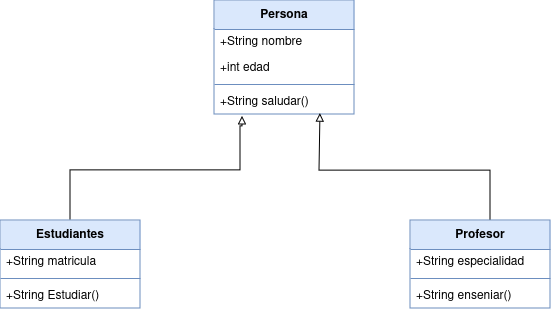
This is gestion-academica/imagenes/Escuela.png from gian700/gestion-academica, a draw.io export, as it was before one commit. Source tidied: cells renumbered, new cells last; positions are measured from the earlier drawing's top-left corner, leaving out a move shared by most shapes.
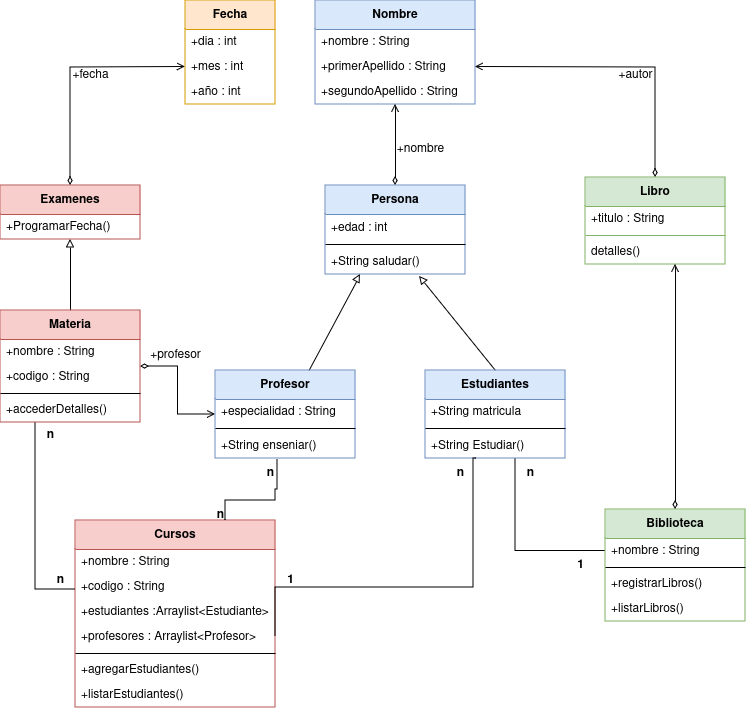
Above is the later version.

Diff of the diagram source:
```diff
@@ -2,61 +2,237 @@
   <root>
     <mxCell id="0" />
     <mxCell id="1" parent="0" />
-    <mxCell id="2" style="rounded=0;jettySize=auto;html=1;entryX=0.5;entryY=0;entryDx=0;entryDy=0;endArrow=none;endFill=0;startArrow=block;startFill=0;exitX=0.2;exitY=1.077;exitDx=0;exitDy=0;exitPerimeter=0;edgeStyle=orthogonalEdgeStyle;" parent="1" edge="1" source="7" target="8">
-      <mxGeometry relative="1" as="geometry">
-        <Array as="points">
-          <mxPoint x="240" y="126" />
-          <mxPoint x="240" y="170" />
-          <mxPoint x="70" y="170" />
-        </Array>
-      </mxGeometry>
+    <mxCell id="2" style="rounded=0;jettySize=auto;html=1;entryX=0.5;entryY=0;entryDx=0;entryDy=0;endArrow=none;endFill=0;startArrow=block;startFill=0;exitX=0.671;exitY=1.077;exitDx=0;exitDy=0;exitPerimeter=0;" parent="1" edge="1" source="7" target="8">
+      <mxGeometry relative="1" as="geometry" />
     </mxCell>
     <mxCell id="3" value="Persona" style="swimlane;fontStyle=1;align=center;verticalAlign=middle;horizontal=1;startSize=29;html=1;whiteSpace=wrap;fillColor=#dae8fc;strokeColor=#6c8ebf;" parent="1" vertex="1">
-      <mxGeometry x="214" width="140" height="114" as="geometry" />
+      <mxGeometry x="170" y="135" width="140" height="89" as="geometry" />
     </mxCell>
-    <mxCell id="4" value="+String nombre" style="text;html=1;strokeColor=none;fillColor=none;align=left;verticalAlign=middle;spacingLeft=4;spacingRight=4;overflow=hidden;whiteSpace=wrap;" parent="3" vertex="1">
-      <mxGeometry y="29" width="140" height="25" as="geometry" />
-    </mxCell>
-    <mxCell id="5" value="+int edad" style="text;strokeColor=none;fillColor=none;align=left;verticalAlign=top;spacingLeft=4;spacingRight=4;overflow=hidden;whiteSpace=wrap;html=1;" parent="3" vertex="1">
-      <mxGeometry y="54" width="140" height="26" as="geometry" />
+    <mxCell id="5" value="+edad : int" style="text;align=left;verticalAlign=top;spacingLeft=4;spacingRight=4;overflow=hidden;whiteSpace=wrap;html=1;" parent="3" vertex="1">
+      <mxGeometry y="29" width="140" height="26" as="geometry" />
     </mxCell>
-    <mxCell id="6" style="line;strokeWidth=1;fillColor=none;align=left;verticalAlign=middle;spacingTop=-1;spacingLeft=3;spacingRight=3;labelPosition=right;strokeColor=inherit;" parent="3" vertex="1">
-      <mxGeometry y="80" width="140" height="8" as="geometry" />
+    <mxCell id="6" style="line;strokeWidth=1;align=left;verticalAlign=middle;spacingTop=-1;spacingLeft=3;spacingRight=3;labelPosition=right;" parent="3" vertex="1">
+      <mxGeometry y="55" width="140" height="8" as="geometry" />
     </mxCell>
-    <mxCell id="7" value="+String saludar()" style="text;strokeColor=none;fillColor=none;align=left;verticalAlign=top;spacingLeft=4;spacingRight=4;overflow=hidden;points=[[0,0.5],[1,0.5]];portConstraint=eastwest;whiteSpace=wrap;html=1;" parent="3" vertex="1">
-      <mxGeometry y="88" width="140" height="26" as="geometry" />
+    <mxCell id="7" value="+String saludar()" style="text;align=left;verticalAlign=top;spacingLeft=4;spacingRight=4;overflow=hidden;points=[[0,0.5],[1,0.5]];portConstraint=eastwest;whiteSpace=wrap;html=1;" parent="3" vertex="1">
+      <mxGeometry y="63" width="140" height="26" as="geometry" />
     </mxCell>
+    <mxCell id="17" style="edgeStyle=orthogonalEdgeStyle;rounded=0;jettySize=auto;html=1;entryX=0;entryY=0.5;entryDx=0;entryDy=0;endArrow=none;endFill=0;" parent="1" edge="1" source="8" target="42">
+      <mxGeometry relative="1" as="geometry">
+        <Array as="points">
+          <mxPoint x="360" y="501" />
+        </Array>
+      </mxGeometry>
+    </mxCell>
     <mxCell id="8" value="Estudiantes" style="swimlane;fontStyle=1;align=center;verticalAlign=middle;horizontal=1;startSize=29;html=1;whiteSpace=wrap;fillColor=#dae8fc;strokeColor=#6c8ebf;" parent="1" vertex="1">
-      <mxGeometry y="220" width="140" height="88" as="geometry" />
+      <mxGeometry x="270" y="320" width="140" height="88" as="geometry" />
     </mxCell>
-    <mxCell id="9" value="+String matricula" style="text;html=1;strokeColor=none;fillColor=none;align=left;verticalAlign=middle;spacingLeft=4;spacingRight=4;overflow=hidden;whiteSpace=wrap;" parent="8" vertex="1">
+    <mxCell id="9" value="+String matricula" style="text;html=1;align=left;verticalAlign=middle;spacingLeft=4;spacingRight=4;overflow=hidden;whiteSpace=wrap;" parent="8" vertex="1">
       <mxGeometry y="29" width="140" height="25" as="geometry" />
     </mxCell>
-    <mxCell id="10" style="line;strokeWidth=1;fillColor=none;align=left;verticalAlign=middle;spacingTop=-1;spacingLeft=3;spacingRight=3;labelPosition=right;strokeColor=inherit;" parent="8" vertex="1">
+    <mxCell id="10" style="line;strokeWidth=1;align=left;verticalAlign=middle;spacingTop=-1;spacingLeft=3;spacingRight=3;labelPosition=right;" parent="8" vertex="1">
       <mxGeometry y="54" width="140" height="8" as="geometry" />
     </mxCell>
-    <mxCell id="11" value="+String Estudiar()" style="text;strokeColor=none;fillColor=none;align=left;verticalAlign=top;spacingLeft=4;spacingRight=4;overflow=hidden;points=[[0,0.5],[1,0.5]];portConstraint=eastwest;whiteSpace=wrap;html=1;" parent="8" vertex="1">
+    <mxCell id="11" value="+String Estudiar()" style="text;align=left;verticalAlign=top;spacingLeft=4;spacingRight=4;overflow=hidden;points=[[0,0.5],[1,0.5]];portConstraint=eastwest;whiteSpace=wrap;html=1;" parent="8" vertex="1">
       <mxGeometry y="62" width="140" height="26" as="geometry" />
     </mxCell>
-    <mxCell id="12" style="rounded=0;jettySize=auto;html=1;entryX=0.757;entryY=0.962;entryDx=0;entryDy=0;endArrow=block;endFill=0;entryPerimeter=0;edgeStyle=orthogonalEdgeStyle;" parent="1" edge="1" source="13" target="7">
-      <mxGeometry relative="1" as="geometry">
-        <Array as="points">
-          <mxPoint x="490" y="170" />
-          <mxPoint x="319" y="170" />
-        </Array>
-      </mxGeometry>
+    <mxCell id="12" style="rounded=0;jettySize=auto;html=1;entryX=0.25;entryY=1;entryDx=0;entryDy=0;endArrow=block;endFill=0;startArrow=none;startFill=0;" parent="1" edge="1" source="13" target="3">
+      <mxGeometry relative="1" as="geometry" />
     </mxCell>
+    <mxCell id="18" style="edgeStyle=orthogonalEdgeStyle;rounded=0;jettySize=auto;html=1;entryX=1;entryY=0.5;entryDx=0;entryDy=0;endArrow=diamondThin;endFill=0;startArrow=open;startFill=0;" parent="1" edge="1" source="13" target="29">
+      <mxGeometry relative="1" as="geometry" />
+    </mxCell>
     <mxCell id="13" value="Profesor" style="swimlane;fontStyle=1;align=center;verticalAlign=middle;horizontal=1;startSize=29;html=1;whiteSpace=wrap;fillColor=#dae8fc;strokeColor=#6c8ebf;" parent="1" vertex="1">
-      <mxGeometry x="410" y="220" width="140" height="88" as="geometry" />
+      <mxGeometry x="60" y="320" width="140" height="88" as="geometry" />
     </mxCell>
-    <mxCell id="14" value="+String especialidad" style="text;html=1;strokeColor=none;fillColor=none;align=left;verticalAlign=middle;spacingLeft=4;spacingRight=4;overflow=hidden;whiteSpace=wrap;" parent="13" vertex="1">
+    <mxCell id="14" value="+especialidad : String" style="text;html=1;align=left;verticalAlign=middle;spacingLeft=4;spacingRight=4;overflow=hidden;whiteSpace=wrap;" parent="13" vertex="1">
       <mxGeometry y="29" width="140" height="25" as="geometry" />
     </mxCell>
-    <mxCell id="15" style="line;strokeWidth=1;fillColor=none;align=left;verticalAlign=middle;spacingTop=-1;spacingLeft=3;spacingRight=3;labelPosition=right;strokeColor=inherit;" parent="13" vertex="1">
+    <mxCell id="15" style="line;strokeWidth=1;align=left;verticalAlign=middle;spacingTop=-1;spacingLeft=3;spacingRight=3;labelPosition=right;" parent="13" vertex="1">
       <mxGeometry y="54" width="140" height="8" as="geometry" />
     </mxCell>
-    <mxCell id="16" value="+String enseniar()" style="text;strokeColor=none;fillColor=none;align=left;verticalAlign=top;spacingLeft=4;spacingRight=4;overflow=hidden;points=[[0,0.5],[1,0.5]];portConstraint=eastwest;whiteSpace=wrap;html=1;" parent="13" vertex="1">
+    <mxCell id="16" value="+String enseniar()" style="text;align=left;verticalAlign=top;spacingLeft=4;spacingRight=4;overflow=hidden;points=[[0,0.5],[1,0.5]];portConstraint=eastwest;whiteSpace=wrap;html=1;" parent="13" vertex="1">
       <mxGeometry y="62" width="140" height="26" as="geometry" />
     </mxCell>
+    <mxCell id="19" style="edgeStyle=orthogonalEdgeStyle;rounded=0;jettySize=auto;html=1;entryX=0.25;entryY=1;entryDx=0;entryDy=0;endArrow=none;endFill=0;" parent="1" edge="1" source="20" target="29">
+      <mxGeometry relative="1" as="geometry">
+        <Array as="points">
+          <mxPoint x="-120" y="539" />
+        </Array>
+      </mxGeometry>
+    </mxCell>
+    <mxCell id="20" value="Cursos" style="swimlane;fontStyle=1;align=center;verticalAlign=middle;horizontal=1;startSize=29;html=1;whiteSpace=wrap;fillColor=#f8cecc;strokeColor=#b85450;" parent="1" vertex="1">
+      <mxGeometry x="-80" y="470" width="200" height="187" as="geometry" />
+    </mxCell>
+    <mxCell id="21" value="+nombre : String" style="text;html=1;align=left;verticalAlign=middle;spacingLeft=4;spacingRight=4;overflow=hidden;whiteSpace=wrap;" parent="20" vertex="1">
+      <mxGeometry y="29" width="200" height="25" as="geometry" />
+    </mxCell>
+    <mxCell id="22" value="+codigo : String" style="text;html=1;align=left;verticalAlign=middle;spacingLeft=4;spacingRight=4;overflow=hidden;whiteSpace=wrap;" parent="20" vertex="1">
+      <mxGeometry y="54" width="200" height="25" as="geometry" />
+    </mxCell>
+    <mxCell id="23" value="+estudiantes :Arraylist&amp;lt;Estudiante&amp;gt;" style="text;html=1;align=left;verticalAlign=middle;spacingLeft=4;spacingRight=4;overflow=hidden;whiteSpace=wrap;" parent="20" vertex="1">
+      <mxGeometry y="79" width="200" height="25" as="geometry" />
+    </mxCell>
+    <mxCell id="24" value="+profesores : Arraylist&amp;lt;Profesor&amp;gt; " style="text;html=1;align=left;verticalAlign=middle;spacingLeft=4;spacingRight=4;overflow=hidden;points=[[0,0.5],[1,0.5]];portConstraint=eastwest;whiteSpace=wrap;" parent="20" vertex="1">
+      <mxGeometry y="104" width="200" height="25" as="geometry" />
+    </mxCell>
+    <mxCell id="25" style="line;strokeWidth=1;align=left;verticalAlign=middle;spacingTop=-1;spacingLeft=3;spacingRight=3;labelPosition=right;" parent="20" vertex="1">
+      <mxGeometry y="129" width="200" height="8" as="geometry" />
+    </mxCell>
+    <mxCell id="26" value="+agregarEstudiantes()" style="text;html=1;align=left;verticalAlign=middle;spacingLeft=4;spacingRight=4;overflow=hidden;whiteSpace=wrap;" parent="20" vertex="1">
+      <mxGeometry y="137" width="200" height="25" as="geometry" />
+    </mxCell>
+    <mxCell id="27" value="+listarEstudiantes()" style="text;html=1;align=left;verticalAlign=middle;spacingLeft=4;spacingRight=4;overflow=hidden;whiteSpace=wrap;" parent="20" vertex="1">
+      <mxGeometry y="162" width="200" height="25" as="geometry" />
+    </mxCell>
+    <mxCell id="28" style="rounded=0;jettySize=auto;html=1;endArrow=block;endFill=0;startArrow=none;startFill=0;entryX=0.5;entryY=1;entryDx=0;entryDy=0;exitX=0.5;exitY=0;exitDx=0;exitDy=0;" parent="1" edge="1" source="29" target="34">
+      <mxGeometry relative="1" as="geometry" />
+    </mxCell>
+    <mxCell id="29" value="Materia" style="swimlane;fontStyle=1;align=center;verticalAlign=middle;horizontal=1;startSize=29;html=1;whiteSpace=wrap;fillColor=#f8cecc;strokeColor=#b85450;" parent="1" vertex="1">
+      <mxGeometry x="-155" y="260" width="140" height="112" as="geometry" />
+    </mxCell>
+    <mxCell id="30" value="+nombre : String" style="text;html=1;align=left;verticalAlign=middle;spacingLeft=4;spacingRight=4;overflow=hidden;whiteSpace=wrap;" parent="29" vertex="1">
+      <mxGeometry y="29" width="140" height="25" as="geometry" />
+    </mxCell>
+    <mxCell id="31" value="+codigo : String" style="text;html=1;align=left;verticalAlign=middle;spacingLeft=4;spacingRight=4;overflow=hidden;whiteSpace=wrap;" parent="29" vertex="1">
+      <mxGeometry y="54" width="140" height="25" as="geometry" />
+    </mxCell>
+    <mxCell id="32" style="line;strokeWidth=1;align=left;verticalAlign=middle;spacingTop=-1;spacingLeft=3;spacingRight=3;labelPosition=right;" parent="29" vertex="1">
+      <mxGeometry y="79" width="140" height="8" as="geometry" />
+    </mxCell>
+    <mxCell id="33" value="+accederDetalles()" style="text;html=1;align=left;verticalAlign=middle;spacingLeft=4;spacingRight=4;overflow=hidden;whiteSpace=wrap;" parent="29" vertex="1">
+      <mxGeometry y="87" width="140" height="25" as="geometry" />
+    </mxCell>
+    <mxCell id="34" value="Examenes" style="swimlane;fontStyle=1;align=center;verticalAlign=middle;horizontal=1;startSize=29;html=1;whiteSpace=wrap;fillColor=#f8cecc;strokeColor=#b85450;" parent="1" vertex="1">
+      <mxGeometry x="-155" y="135" width="140" height="54" as="geometry" />
+    </mxCell>
+    <mxCell id="35" value="+ProgramarFecha()" style="text;html=1;strokeColor=none;fillColor=none;align=left;verticalAlign=middle;spacingLeft=4;spacingRight=4;overflow=hidden;whiteSpace=wrap;" parent="34" vertex="1">
+      <mxGeometry y="29" width="140" height="25" as="geometry" />
+    </mxCell>
+    <mxCell id="36" value="Fecha" style="swimlane;fontStyle=1;align=center;verticalAlign=middle;horizontal=1;startSize=29;html=1;whiteSpace=wrap;fillColor=#ffe6cc;strokeColor=#d79b00;" parent="1" vertex="1">
+      <mxGeometry x="30" y="-50" width="90" height="104" as="geometry" />
+    </mxCell>
+    <mxCell id="37" value="+dia : int" style="text;html=1;strokeColor=none;fillColor=none;align=left;verticalAlign=middle;spacingLeft=4;spacingRight=4;overflow=hidden;whiteSpace=wrap;" parent="36" vertex="1">
+      <mxGeometry y="29" width="90" height="25" as="geometry" />
+    </mxCell>
+    <mxCell id="38" value="+mes : int" style="text;html=1;strokeColor=none;fillColor=none;align=left;verticalAlign=middle;spacingLeft=4;spacingRight=4;overflow=hidden;points=[[0,0.5],[1,0.5]];portConstraint=eastwest;whiteSpace=wrap;" parent="36" vertex="1">
+      <mxGeometry y="54" width="90" height="25" as="geometry" />
+    </mxCell>
+    <mxCell id="39" value="+año : int" style="text;html=1;strokeColor=none;fillColor=none;align=left;verticalAlign=middle;spacingLeft=4;spacingRight=4;overflow=hidden;whiteSpace=wrap;" parent="36" vertex="1">
+      <mxGeometry y="79" width="90" height="25" as="geometry" />
+    </mxCell>
+    <mxCell id="40" style="rounded=0;jettySize=auto;html=1;endArrow=open;endFill=0;startArrow=diamondThin;startFill=0;entryX=0;entryY=0.5;entryDx=0;entryDy=0;exitX=0.5;exitY=0;exitDx=0;exitDy=0;" parent="1" edge="1" source="34" target="38">
+      <mxGeometry relative="1" as="geometry">
+        <Array as="points">
+          <mxPoint x="-85" y="17" />
+        </Array>
+      </mxGeometry>
+    </mxCell>
+    <mxCell id="41" value="Biblioteca" style="swimlane;fontStyle=1;align=center;verticalAlign=middle;horizontal=1;startSize=29;html=1;whiteSpace=wrap;fillColor=#d5e8d4;strokeColor=#82b366;" parent="1" vertex="1">
+      <mxGeometry x="450" y="459" width="140" height="112" as="geometry" />
+    </mxCell>
+    <mxCell id="42" value="+nombre : String" style="text;html=1;align=left;verticalAlign=middle;spacingLeft=4;spacingRight=4;overflow=hidden;points=[[0,0.5],[1,0.5]];portConstraint=eastwest;whiteSpace=wrap;" parent="41" vertex="1">
+      <mxGeometry y="29" width="140" height="25" as="geometry" />
+    </mxCell>
+    <mxCell id="43" style="line;strokeWidth=1;align=left;verticalAlign=middle;spacingTop=-1;spacingLeft=3;spacingRight=3;labelPosition=right;" parent="41" vertex="1">
+      <mxGeometry y="54" width="140" height="8" as="geometry" />
+    </mxCell>
+    <mxCell id="44" value="+registrarLibros()" style="text;html=1;align=left;verticalAlign=middle;spacingLeft=4;spacingRight=4;overflow=hidden;whiteSpace=wrap;" parent="41" vertex="1">
+      <mxGeometry y="62" width="140" height="25" as="geometry" />
+    </mxCell>
+    <mxCell id="45" value="+listarLibros()" style="text;html=1;align=left;verticalAlign=middle;spacingLeft=4;spacingRight=4;overflow=hidden;whiteSpace=wrap;" parent="41" vertex="1">
+      <mxGeometry y="87" width="140" height="25" as="geometry" />
+    </mxCell>
+    <mxCell id="46" value="Libro" style="swimlane;fontStyle=1;align=center;verticalAlign=middle;horizontal=1;startSize=29;html=1;whiteSpace=wrap;fillColor=#d5e8d4;strokeColor=#82b366;" parent="1" vertex="1">
+      <mxGeometry x="430" y="127" width="140" height="87" as="geometry" />
+    </mxCell>
+    <mxCell id="47" value="+titulo : String" style="text;html=1;strokeColor=none;fillColor=none;align=left;verticalAlign=middle;spacingLeft=4;spacingRight=4;overflow=hidden;whiteSpace=wrap;" parent="46" vertex="1">
+      <mxGeometry y="29" width="140" height="25" as="geometry" />
+    </mxCell>
+    <mxCell id="48" style="line;strokeWidth=1;fillColor=none;align=left;verticalAlign=middle;spacingTop=-1;spacingLeft=3;spacingRight=3;labelPosition=right;strokeColor=inherit;" parent="46" vertex="1">
+      <mxGeometry y="54" width="140" height="8" as="geometry" />
+    </mxCell>
+    <mxCell id="49" value="detalles()" style="text;html=1;strokeColor=none;fillColor=none;align=left;verticalAlign=middle;spacingLeft=4;spacingRight=4;overflow=hidden;points=[[0,0.5],[1,0.5]];portConstraint=eastwest;whiteSpace=wrap;" parent="46" vertex="1">
+      <mxGeometry y="62" width="140" height="25" as="geometry" />
+    </mxCell>
+    <mxCell id="50" value="Nombre" style="swimlane;fontStyle=1;align=center;verticalAlign=middle;horizontal=1;startSize=29;html=1;whiteSpace=wrap;fillColor=#dae8fc;strokeColor=#6c8ebf;" parent="1" vertex="1">
+      <mxGeometry x="160" y="-50" width="160" height="104" as="geometry" />
+    </mxCell>
+    <mxCell id="51" value="+nombre : String" style="text;html=1;strokeColor=none;fillColor=none;align=left;verticalAlign=middle;spacingLeft=4;spacingRight=4;overflow=hidden;whiteSpace=wrap;" parent="50" vertex="1">
+      <mxGeometry y="29" width="160" height="25" as="geometry" />
+    </mxCell>
+    <mxCell id="52" value="+primerApellido : String" style="text;html=1;strokeColor=none;fillColor=none;align=left;verticalAlign=middle;spacingLeft=4;spacingRight=4;overflow=hidden;points=[[0,0.5],[1,0.5]];portConstraint=eastwest;whiteSpace=wrap;" parent="50" vertex="1">
+      <mxGeometry y="54" width="160" height="25" as="geometry" />
+    </mxCell>
+    <mxCell id="53" value="+segundoApellido : String" style="text;html=1;strokeColor=none;fillColor=none;align=left;verticalAlign=middle;spacingLeft=4;spacingRight=4;overflow=hidden;whiteSpace=wrap;" parent="50" vertex="1">
+      <mxGeometry y="79" width="160" height="25" as="geometry" />
+    </mxCell>
+    <mxCell id="54" style="rounded=0;jettySize=auto;html=1;entryX=1;entryY=0.5;entryDx=0;entryDy=0;endArrow=open;endFill=0;startArrow=diamondThin;startFill=0;exitX=0.5;exitY=0;exitDx=0;exitDy=0;" parent="1" edge="1" source="46" target="52">
+      <mxGeometry relative="1" as="geometry">
+        <Array as="points">
+          <mxPoint x="500" y="17" />
+        </Array>
+      </mxGeometry>
+    </mxCell>
+    <mxCell id="55" style="rounded=0;jettySize=auto;html=1;endArrow=open;endFill=0;startArrow=diamondThin;startFill=0;entryX=0.5;entryY=1;entryDx=0;entryDy=0;exitX=0.5;exitY=0;exitDx=0;exitDy=0;" parent="1" edge="1" source="3" target="50">
+      <mxGeometry relative="1" as="geometry" />
+    </mxCell>
+    <mxCell id="56" style="rounded=0;jettySize=auto;html=1;entryX=0.643;entryY=1;entryDx=0;entryDy=0;endArrow=open;endFill=0;entryPerimeter=0;startArrow=diamondThin;startFill=0;exitX=0.5;exitY=0;exitDx=0;exitDy=0;" parent="1" edge="1" source="41" target="49">
+      <mxGeometry relative="1" as="geometry" />
+    </mxCell>
+    <mxCell id="57" value="+autor" style="text;html=1;align=center;verticalAlign=middle;strokeColor=none;fillColor=none;" parent="1" vertex="1">
+      <mxGeometry x="450" y="10" width="60" height="30" as="geometry" />
+    </mxCell>
+    <mxCell id="58" value="+fecha" style="text;html=1;align=center;verticalAlign=middle;strokeColor=none;fillColor=none;" parent="1" vertex="1">
+      <mxGeometry x="-95" y="10" width="60" height="30" as="geometry" />
+    </mxCell>
+    <mxCell id="59" value="+nombre" style="text;html=1;align=center;verticalAlign=middle;strokeColor=none;fillColor=none;" parent="1" vertex="1">
+      <mxGeometry x="230" y="84" width="70" height="30" as="geometry" />
+    </mxCell>
+    <mxCell id="60" value="&lt;b&gt;1&lt;/b&gt;" style="text;html=1;align=center;verticalAlign=middle;strokeColor=none;fillColor=none;" parent="1" vertex="1">
+      <mxGeometry x="410" y="500" width="30" height="30" as="geometry" />
+    </mxCell>
+    <mxCell id="61" value="&lt;b&gt;n&lt;/b&gt;" style="text;html=1;align=center;verticalAlign=middle;strokeColor=none;fillColor=none;" parent="1" vertex="1">
+      <mxGeometry x="360" y="408" width="30" height="30" as="geometry" />
+    </mxCell>
+    <mxCell id="62" style="edgeStyle=orthogonalEdgeStyle;rounded=0;jettySize=auto;html=1;entryX=1;entryY=0.5;entryDx=0;entryDy=0;exitX=0.364;exitY=1;exitDx=0;exitDy=0;exitPerimeter=0;endArrow=none;endFill=0;" parent="1" edge="1" source="11" target="24">
+      <mxGeometry relative="1" as="geometry">
+        <Array as="points">
+          <mxPoint x="318" y="408" />
+          <mxPoint x="318" y="537" />
+        </Array>
+      </mxGeometry>
+    </mxCell>
+    <mxCell id="63" value="&lt;b&gt;n&lt;/b&gt;" style="text;html=1;align=center;verticalAlign=middle;strokeColor=none;fillColor=none;" parent="1" vertex="1">
+      <mxGeometry x="290" y="408" width="30" height="30" as="geometry" />
+    </mxCell>
+    <mxCell id="64" value="&lt;b&gt;1&lt;/b&gt;" style="text;html=1;align=center;verticalAlign=middle;strokeColor=none;fillColor=none;" parent="1" vertex="1">
+      <mxGeometry x="120" y="515" width="30" height="30" as="geometry" />
+    </mxCell>
+    <mxCell id="65" style="edgeStyle=orthogonalEdgeStyle;rounded=0;jettySize=auto;html=1;entryX=0.443;entryY=1.038;entryDx=0;entryDy=0;entryPerimeter=0;endArrow=none;endFill=0;exitX=0.75;exitY=0;exitDx=0;exitDy=0;" parent="1" edge="1" source="20" target="16">
+      <mxGeometry relative="1" as="geometry">
+        <Array as="points">
+          <mxPoint x="70" y="450" />
+          <mxPoint x="120" y="450" />
+          <mxPoint x="120" y="439" />
+          <mxPoint x="122" y="439" />
+        </Array>
+      </mxGeometry>
+    </mxCell>
+    <mxCell id="66" value="&lt;b&gt;n&lt;/b&gt;" style="text;html=1;align=center;verticalAlign=middle;strokeColor=none;fillColor=none;" parent="1" vertex="1">
+      <mxGeometry x="50" y="450" width="30" height="30" as="geometry" />
+    </mxCell>
+    <mxCell id="67" value="&lt;b&gt;n&lt;/b&gt;" style="text;html=1;align=center;verticalAlign=middle;strokeColor=none;fillColor=none;" parent="1" vertex="1">
+      <mxGeometry x="100" y="408" width="30" height="30" as="geometry" />
+    </mxCell>
+    <mxCell id="68" value="&lt;b&gt;n&lt;/b&gt;" style="text;html=1;align=center;verticalAlign=middle;strokeColor=none;fillColor=none;" parent="1" vertex="1">
+      <mxGeometry x="-110" y="515" width="30" height="30" as="geometry" />
+    </mxCell>
+    <mxCell id="69" value="&lt;b&gt;n&lt;/b&gt;" style="text;html=1;align=center;verticalAlign=middle;strokeColor=none;fillColor=none;" parent="1" vertex="1">
+      <mxGeometry x="-120" y="370" width="30" height="30" as="geometry" />
+    </mxCell>
+    <mxCell id="70" value="+profesor" style="text;html=1;align=center;verticalAlign=middle;strokeColor=none;fillColor=none;" parent="1" vertex="1">
+      <mxGeometry x="-15" y="290" width="70" height="30" as="geometry" />
+    </mxCell>
   </root>
 </mxGraphModel>
```
